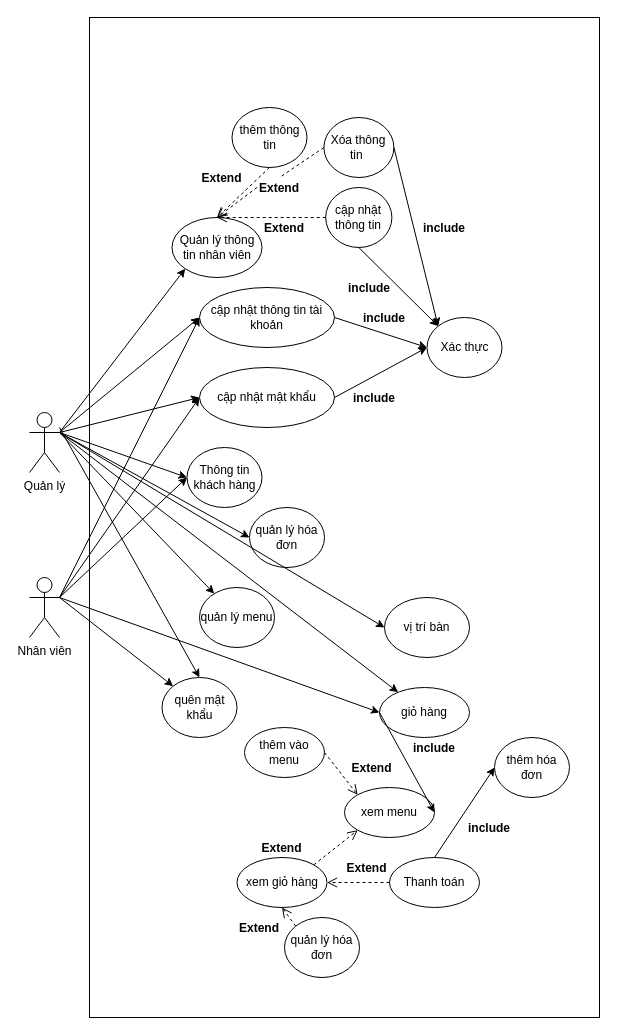
This is page "All" (3 of 4) of Sơ đồ/Các chức năng.drawio from 518H0090/FinalProjectAndroid, a draw.io file, before an edit. Source tidied: cells renumbered, new cells numbered last; positions are measured from the earlier drawing's top-left corner, leaving out a move shared by most shapes. Both pictures are drawn from the tidied source at 100%, with x=0, y=0 at pixel (29, 17).
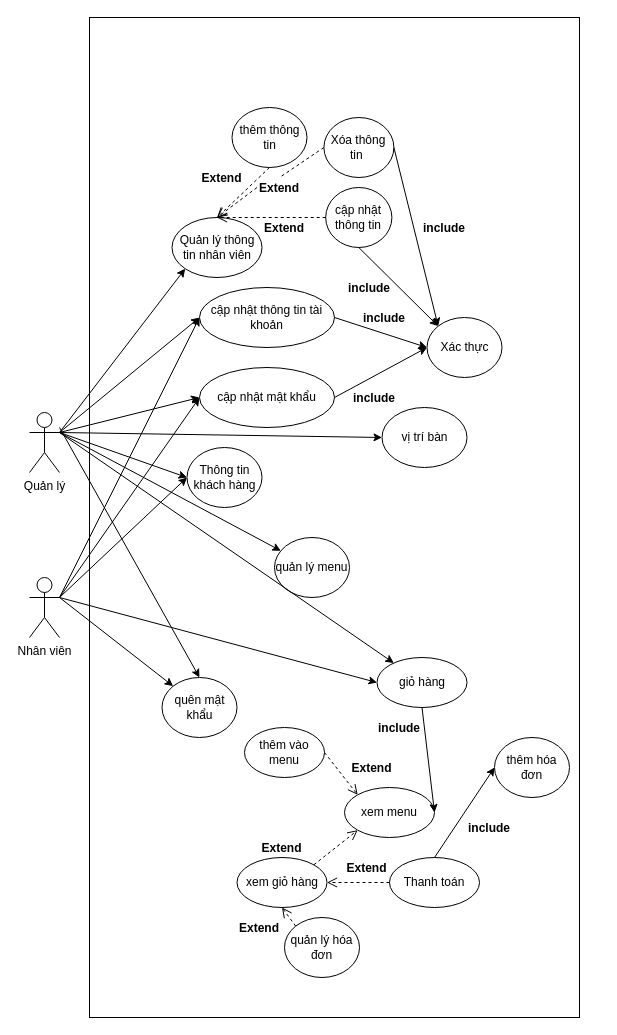
The same page after the edit.

Unchanged cells that the change refers to:
```xml
<mxCell id="3" value="Quản lý" style="shape=umlActor;verticalLabelPosition=bottom;verticalAlign=top;html=1;outlineConnect=0;" parent="1" vertex="1">
  <mxGeometry y="395" width="30" height="60" as="geometry" />
</mxCell>
<mxCell id="41" value="xem menu" style="ellipse;whiteSpace=wrap;html=1;" parent="1" vertex="1">
  <mxGeometry x="315" y="770" width="90" height="50" as="geometry" />
</mxCell>
```

What changed in the source:
```diff
@@
     <mxCell id="2" style="rounded=0;whiteSpace=wrap;html=1;" parent="1" vertex="1">
-      <mxGeometry x="60" width="510" height="1000" as="geometry" />
+      <mxGeometry x="60" width="490" height="1000" as="geometry" />
     </mxCell>
@@
     <mxCell id="5" value="quản lý menu" style="ellipse;whiteSpace=wrap;html=1;" parent="1" vertex="1">
-      <mxGeometry x="170" y="570" width="75" height="60" as="geometry" />
+      <mxGeometry x="245" y="520" width="75" height="60" as="geometry" />
     </mxCell>
     <mxCell id="6" value="vị trí bàn" style="ellipse;whiteSpace=wrap;html=1;" parent="1" vertex="1">
-      <mxGeometry x="355" y="580" width="85" height="60" as="geometry" />
+      <mxGeometry x="352.5" y="390" width="85" height="60" as="geometry" />
     </mxCell>
@@
     <mxCell id="16" value="giỏ hàng" style="ellipse;whiteSpace=wrap;html=1;" parent="1" vertex="1">
-      <mxGeometry x="350" y="670" width="90" height="50" as="geometry" />
+      <mxGeometry x="347.5" y="640" width="90" height="50" as="geometry" />
     </mxCell>
@@
-    <mxCell id="42" style="endArrow=classic;html=1;entryX=1;entryY=0.5;entryDx=0;entryDy=0;exitX=0;exitY=0.5;exitDx=0;exitDy=0;" parent="1" edge="1" source="16" target="41">
+    <mxCell id="42" style="endArrow=classic;html=1;entryX=1;entryY=0.5;entryDx=0;entryDy=0;exitX=0.5;exitY=1;exitDx=0;exitDy=0;" parent="1" edge="1" source="16" target="41">
       <mxGeometry relative="1" as="geometry" />
     </mxCell>
     <mxCell id="43" value="include" style="text;align=center;fontStyle=1;verticalAlign=middle;spacingLeft=3;spacingRight=3;strokeColor=none;" parent="1" vertex="1">
-      <mxGeometry x="382.5" y="720" width="45" height="20" as="geometry" />
+      <mxGeometry x="347.5" y="700" width="45" height="20" as="geometry" />
     </mxCell>
@@
-    <mxCell id="52" value="quản lý hóa đơn" style="ellipse;whiteSpace=wrap;html=1;" parent="1" vertex="1">
-      <mxGeometry x="220" y="490" width="75" height="60" as="geometry" />
-    </mxCell>
-    <mxCell id="53" style="endArrow=classic;html=1;entryX=0;entryY=0.5;entryDx=0;entryDy=0;exitX=1;exitY=0.3333333333333333;exitDx=0;exitDy=0;exitPerimeter=0;" parent="1" edge="1" source="3" target="52">
-      <mxGeometry relative="1" as="geometry" />
-    </mxCell>
```
